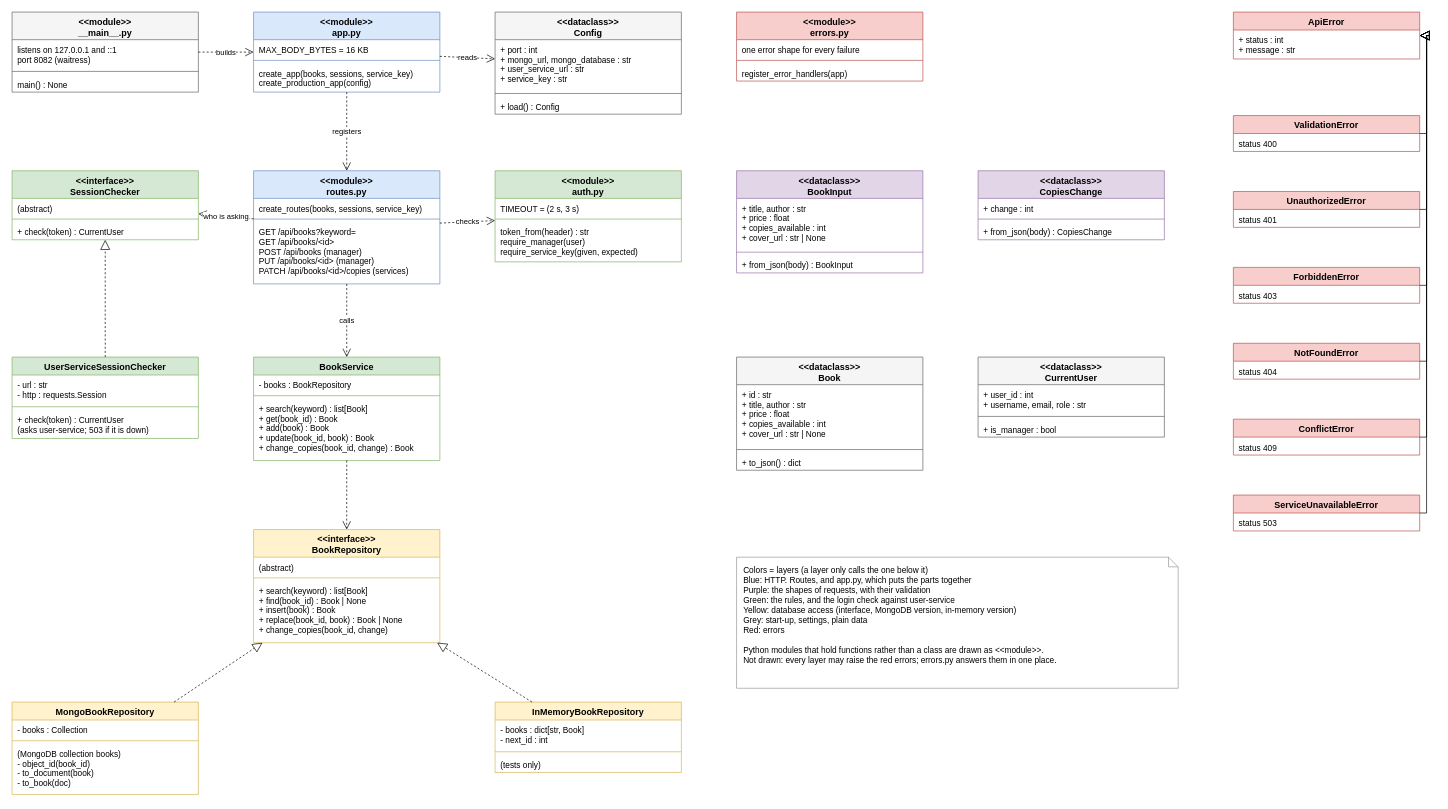
This is docs/02-design/diagrams/class-book-service.drawio from KFUPMer/csce310-bookstore, a draw.io file, before an edit. Source tidied: cells renumbered, new cells numbered last; positions are measured from the earlier drawing's top-left corner, leaving out a move shared by most shapes. Both pictures are drawn from the tidied source at 69%, with x=0, y=0 at pixel (12, 12).
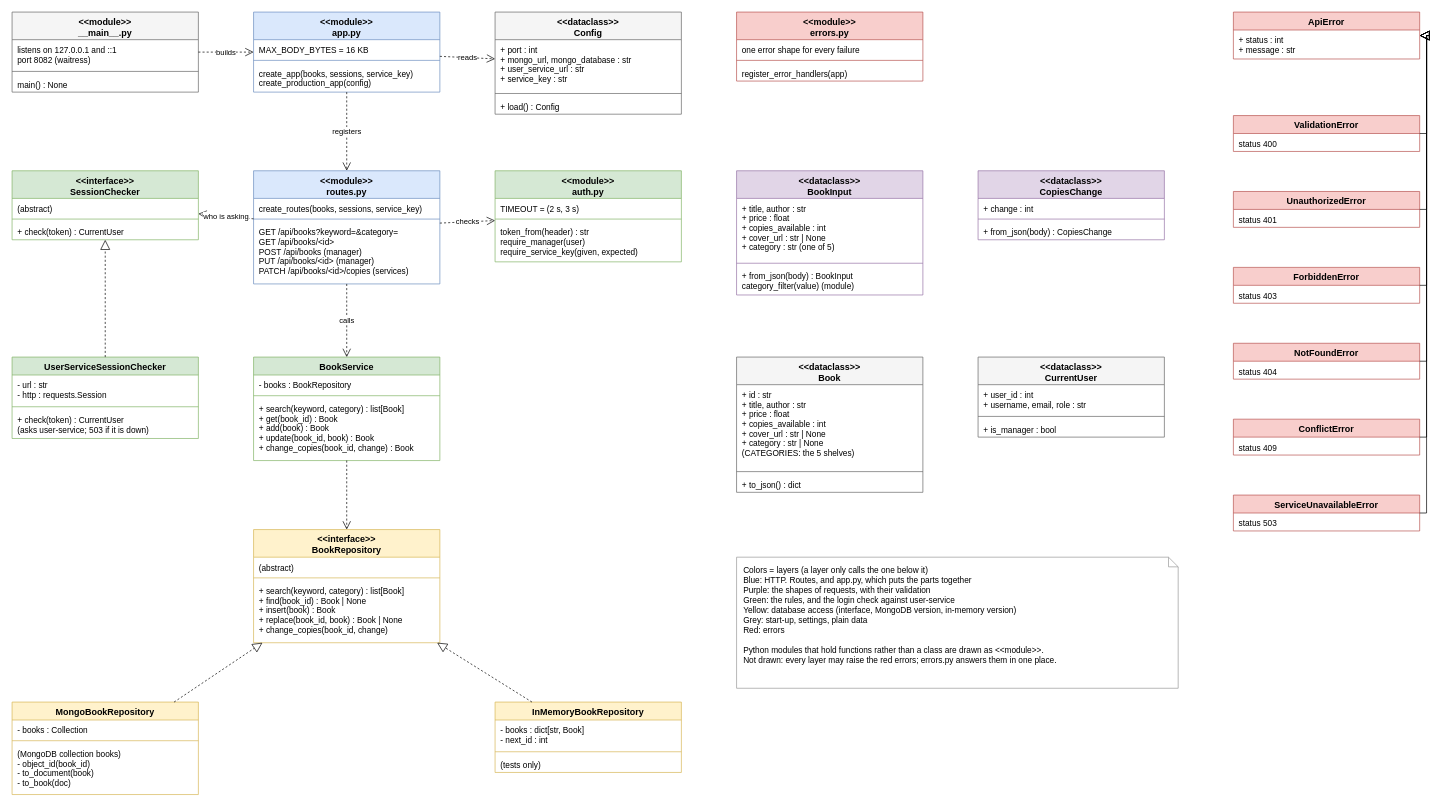
Above is the later version.

Unchanged cells that the change refers to:
```xml
<mxCell id="22" value="&lt;&lt;module&gt;&gt;&#10;routes.py" style="swimlane;fontStyle=1;align=center;verticalAlign=top;horizontal=1;startSize=40;fillColor=#dae8fc;strokeColor=#6c8ebf;fontSize=13;" parent="1" vertex="1">
  <mxGeometry x="350" y="230" width="270" height="164" as="geometry" />
</mxCell>
<mxCell id="42" value="BookService" style="swimlane;fontStyle=1;align=center;verticalAlign=top;horizontal=1;startSize=26;fillColor=#d5e8d4;strokeColor=#82b366;fontSize=13;" parent="1" vertex="1">
  <mxGeometry x="350" y="500" width="270" height="150" as="geometry" />
</mxCell>
<mxCell id="54" value="&lt;&lt;interface&gt;&gt;&#10;BookRepository" style="swimlane;fontStyle=1;align=center;verticalAlign=top;horizontal=1;startSize=40;fillColor=#fff2cc;strokeColor=#d6b656;fontSize=13;" parent="1" vertex="1">
  <mxGeometry x="350" y="750" width="270" height="164" as="geometry" />
</mxCell>
```

Change to the diagram source:
```diff
@@
-    <mxCell id="25" value="GET /api/books?keyword=&#10;GET /api/books/&lt;id&gt;&#10;POST /api/books  (manager)&#10;PUT /api/books/&lt;id&gt;  (manager)&#10;PATCH /api/books/&lt;id&gt;/copies  (services)" style="text;strokeColor=none;fillColor=none;align=left;verticalAlign=top;spacingLeft=6;spacingRight=4;spacingTop=2;overflow=hidden;fontSize=12;" parent="22" vertex="1">
+    <mxCell id="25" value="GET /api/books?keyword=&amp;category=&#10;GET /api/books/&lt;id&gt;&#10;POST /api/books  (manager)&#10;PUT /api/books/&lt;id&gt;  (manager)&#10;PATCH /api/books/&lt;id&gt;/copies  (services)" style="text;strokeColor=none;fillColor=none;align=left;verticalAlign=top;spacingLeft=6;spacingRight=4;spacingTop=2;overflow=hidden;fontSize=12;" parent="22" vertex="1">
       <mxGeometry y="74" width="270" height="90" as="geometry" />
     </mxCell>
@@
     <mxCell id="30" value="&lt;&lt;dataclass&gt;&gt;&#10;BookInput" style="swimlane;fontStyle=1;align=center;verticalAlign=top;horizontal=1;startSize=40;fillColor=#e1d5e7;strokeColor=#9673a6;fontSize=13;" parent="1" vertex="1">
-      <mxGeometry x="1050" y="230" width="270" height="148" as="geometry" />
+      <mxGeometry x="1050" y="230" width="270" height="180" as="geometry" />
     </mxCell>
-    <mxCell id="31" value="+ title, author : str&#10;+ price : float&#10;+ copies_available : int&#10;+ cover_url : str | None" style="text;strokeColor=none;fillColor=none;align=left;verticalAlign=top;spacingLeft=6;spacingRight=4;spacingTop=2;overflow=hidden;fontSize=12;" parent="30" vertex="1">
-      <mxGeometry y="40" width="270" height="74" as="geometry" />
+    <mxCell id="31" value="+ title, author : str&#10;+ price : float&#10;+ copies_available : int&#10;+ cover_url : str | None&#10;+ category : str  (one of 5)" style="text;strokeColor=none;fillColor=none;align=left;verticalAlign=top;spacingLeft=6;spacingRight=4;spacingTop=2;overflow=hidden;fontSize=12;" parent="30" vertex="1">
+      <mxGeometry y="40" width="270" height="90" as="geometry" />
     </mxCell>
     <mxCell id="32" style="line;strokeWidth=1;fillColor=none;align=left;verticalAlign=middle;spacingTop=-1;spacingLeft=3;spacingRight=3;labelPosition=right;strokeColor=inherit;" parent="30" vertex="1">
-      <mxGeometry y="114" width="270" height="8" as="geometry" />
+      <mxGeometry y="130" width="270" height="8" as="geometry" />
     </mxCell>
-    <mxCell id="33" value="+ from_json(body) : BookInput" style="text;strokeColor=none;fillColor=none;align=left;verticalAlign=top;spacingLeft=6;spacingRight=4;spacingTop=2;overflow=hidden;fontSize=12;" parent="30" vertex="1">
-      <mxGeometry y="122" width="270" height="26" as="geometry" />
+    <mxCell id="33" value="+ from_json(body) : BookInput&#10;category_filter(value)  (module)" style="text;strokeColor=none;fillColor=none;align=left;verticalAlign=top;spacingLeft=6;spacingRight=4;spacingTop=2;overflow=hidden;fontSize=12;" parent="30" vertex="1">
+      <mxGeometry y="138" width="270" height="42" as="geometry" />
     </mxCell>
@@
-    <mxCell id="45" value="+ search(keyword) : list[Book]&#10;+ get(book_id) : Book&#10;+ add(book) : Book&#10;+ update(book_id, book) : Book&#10;+ change_copies(book_id, change) : Book" style="text;strokeColor=none;fillColor=none;align=left;verticalAlign=top;spacingLeft=6;spacingRight=4;spacingTop=2;overflow=hidden;fontSize=12;" parent="42" vertex="1">
+    <mxCell id="45" value="+ search(keyword, category) : list[Book]&#10;+ get(book_id) : Book&#10;+ add(book) : Book&#10;+ update(book_id, book) : Book&#10;+ change_copies(book_id, change) : Book" style="text;strokeColor=none;fillColor=none;align=left;verticalAlign=top;spacingLeft=6;spacingRight=4;spacingTop=2;overflow=hidden;fontSize=12;" parent="42" vertex="1">
       <mxGeometry y="60" width="270" height="90" as="geometry" />
     </mxCell>
     <mxCell id="46" value="&lt;&lt;dataclass&gt;&gt;&#10;Book" style="swimlane;fontStyle=1;align=center;verticalAlign=top;horizontal=1;startSize=40;fillColor=#f5f5f5;strokeColor=#666666;fontSize=13;" parent="1" vertex="1">
-      <mxGeometry x="1050" y="500" width="270" height="164" as="geometry" />
+      <mxGeometry x="1050" y="500" width="270" height="196" as="geometry" />
     </mxCell>
-    <mxCell id="47" value="+ id : str&#10;+ title, author : str&#10;+ price : float&#10;+ copies_available : int&#10;+ cover_url : str | None" style="text;strokeColor=none;fillColor=none;align=left;verticalAlign=top;spacingLeft=6;spacingRight=4;spacingTop=2;overflow=hidden;fontSize=12;" parent="46" vertex="1">
-      <mxGeometry y="40" width="270" height="90" as="geometry" />
+    <mxCell id="47" value="+ id : str&#10;+ title, author : str&#10;+ price : float&#10;+ copies_available : int&#10;+ cover_url : str | None&#10;+ category : str | None&#10;(CATEGORIES: the 5 shelves)" style="text;strokeColor=none;fillColor=none;align=left;verticalAlign=top;spacingLeft=6;spacingRight=4;spacingTop=2;overflow=hidden;fontSize=12;" parent="46" vertex="1">
+      <mxGeometry y="40" width="270" height="122" as="geometry" />
     </mxCell>
     <mxCell id="48" style="line;strokeWidth=1;fillColor=none;align=left;verticalAlign=middle;spacingTop=-1;spacingLeft=3;spacingRight=3;labelPosition=right;strokeColor=inherit;" parent="46" vertex="1">
-      <mxGeometry y="130" width="270" height="8" as="geometry" />
+      <mxGeometry y="162" width="270" height="8" as="geometry" />
     </mxCell>
     <mxCell id="49" value="+ to_json() : dict" style="text;strokeColor=none;fillColor=none;align=left;verticalAlign=top;spacingLeft=6;spacingRight=4;spacingTop=2;overflow=hidden;fontSize=12;" parent="46" vertex="1">
-      <mxGeometry y="138" width="270" height="26" as="geometry" />
+      <mxGeometry y="170" width="270" height="26" as="geometry" />
     </mxCell>
@@
-    <mxCell id="57" value="+ search(keyword) : list[Book]&#10;+ find(book_id) : Book | None&#10;+ insert(book) : Book&#10;+ replace(book_id, book) : Book | None&#10;+ change_copies(book_id, change)" style="text;strokeColor=none;fillColor=none;align=left;verticalAlign=top;spacingLeft=6;spacingRight=4;spacingTop=2;overflow=hidden;fontSize=12;" parent="54" vertex="1">
+    <mxCell id="57" value="+ search(keyword, category) : list[Book]&#10;+ find(book_id) : Book | None&#10;+ insert(book) : Book&#10;+ replace(book_id, book) : Book | None&#10;+ change_copies(book_id, change)" style="text;strokeColor=none;fillColor=none;align=left;verticalAlign=top;spacingLeft=6;spacingRight=4;spacingTop=2;overflow=hidden;fontSize=12;" parent="54" vertex="1">
       <mxGeometry y="74" width="270" height="90" as="geometry" />
     </mxCell>
```
